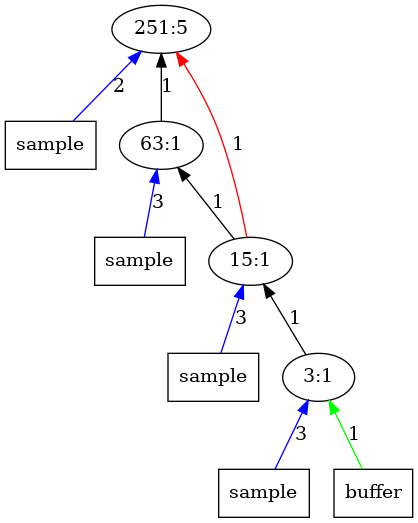
The Graphviz diagram outputImages/op5.png.png in AbhikKhan/MTP_IITG, before a commit. Its source is kept beside it as outputTrees/op5.dot.
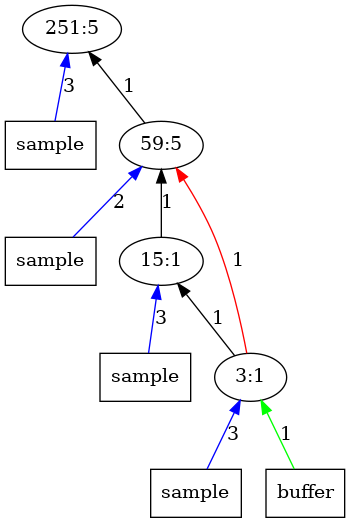
After the change.

Diff of the diagram source:
```diff
@@ -1,17 +1,17 @@
 digraph Tree{
 	rankdir="BT"
-	x11 -> 1 [label = "2", color = "blue"];
+	x11 -> 1 [label = "3", color = "blue"];
 	x11 [label = "sample", shape = "box"];
 	1 [label = "251:5"];
 	2 -> 1 [label = "1", color = "black"];
-	x21 -> 2 [label = "3", color = "blue"];
+	x21 -> 2 [label = "2", color = "blue"];
 	x21 [label = "sample", shape = "box"];
-	2 [label = "63:1"];
-	3 -> 1 [label = "1", color = "red"];
+	2 [label = "59:5"];
 	3 -> 2 [label = "1", color = "black"];
 	x31 -> 3 [label = "3", color = "blue"];
 	x31 [label = "sample", shape = "box"];
 	3 [label = "15:1"];
+	4 -> 2 [label = "1", color = "red"];
 	4 -> 3 [label = "1", color = "black"];
 	x41 -> 4 [label = "3", color = "blue"];
 	x41 [label = "sample", shape = "box"];
```
